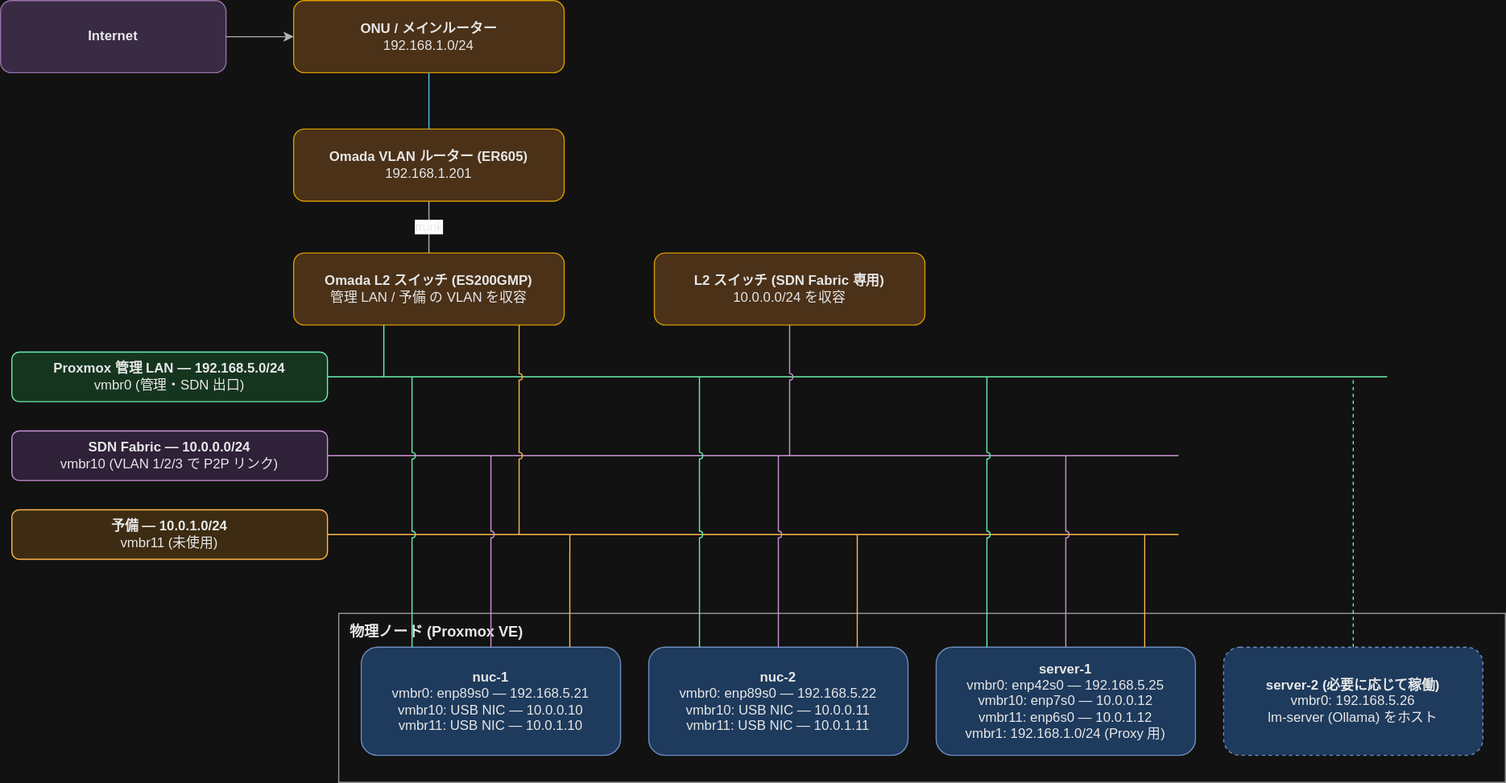
Above: docs/architecture-physical.drawio.svg in k-wa-wa/nuage-cluster (draw.io), before the change. Source tidied: cells renumbered, new cells last; positions are measured from the earlier drawing's top-left corner, leaving out a move shared by most shapes.
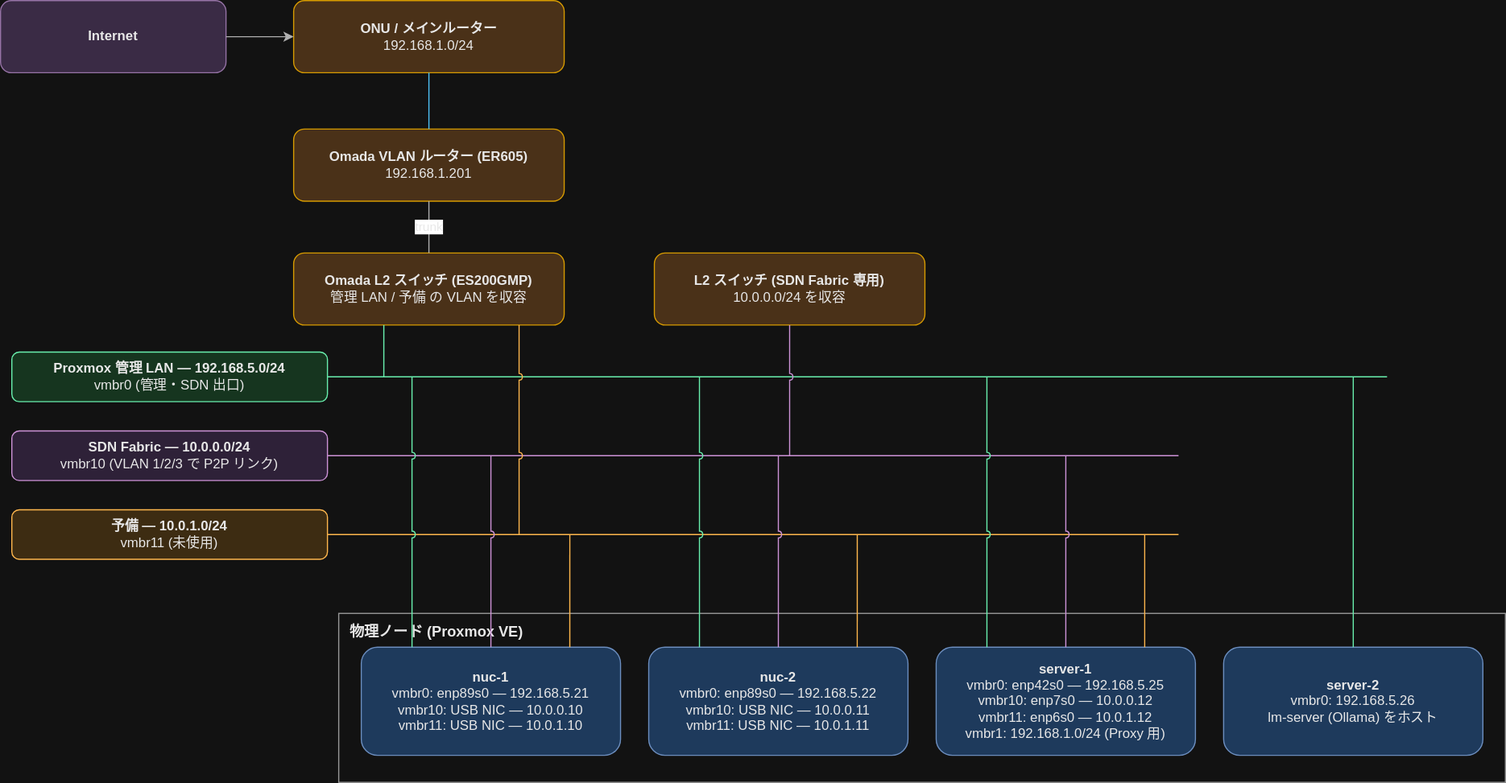
Above is the later version.

Commit message:
docs: server-2を常時稼働に変更した旨更新

Change to the diagram source:
```diff
@@ -38,7 +38,7 @@
     <mxCell id="13" value="&lt;b&gt;server-1&lt;/b&gt;&lt;br&gt;vmbr0: enp42s0 — 192.168.5.25&lt;br&gt;vmbr10: enp7s0 — 10.0.0.12&lt;br&gt;vmbr11: enp6s0 — 10.0.1.12&lt;br&gt;vmbr1: 192.168.1.0/24 (Proxy 用)" style="rounded=1;whiteSpace=wrap;html=1;fontSize=12;fillColor=#1e3a5c;strokeColor=#6c8ebf;fontColor=#e8e8e8;" parent="1" vertex="1">
       <mxGeometry x="830" y="574" width="230" height="96" as="geometry" />
     </mxCell>
-    <mxCell id="14" value="&lt;b&gt;server-2 (必要に応じて稼働)&lt;/b&gt;&lt;br&gt;vmbr0: 192.168.5.26&lt;br&gt;lm-server (Ollama) をホスト" style="rounded=1;whiteSpace=wrap;html=1;fontSize=12;fillColor=#1e3a5c;strokeColor=#6c8ebf;fontColor=#e8e8e8;dashed=1;" parent="1" vertex="1">
+    <mxCell id="14" value="&lt;b&gt;server-2&lt;/b&gt;&lt;br&gt;vmbr0: 192.168.5.26&lt;br&gt;lm-server (Ollama) をホスト" style="rounded=1;whiteSpace=wrap;html=1;fontSize=12;fillColor=#1e3a5c;strokeColor=#6c8ebf;fontColor=#e8e8e8;" parent="1" vertex="1">
       <mxGeometry x="1085" y="574" width="230" height="96" as="geometry" />
     </mxCell>
     <mxCell id="15" style="edgeStyle=orthogonalEdgeStyle;rounded=0;html=1;fontSize=11;jumpStyle=arc;jumpSize=6;strokeColor=#69F0AE;fontColor=#e8e8e8;endArrow=none;" parent="1" edge="1">
@@ -128,7 +128,7 @@
         <mxPoint x="1015" y="474" as="targetPoint" />
       </mxGeometry>
     </mxCell>
-    <mxCell id="33" style="edgeStyle=orthogonalEdgeStyle;rounded=0;html=1;fontSize=11;jumpStyle=arc;jumpSize=6;strokeColor=#69F0AE;fontColor=#e8e8e8;exitX=0.5;exitY=0;exitDx=0;exitDy=0;endArrow=none;dashed=1;" parent="1" edge="1" source="14">
+    <mxCell id="33" style="edgeStyle=orthogonalEdgeStyle;rounded=0;html=1;fontSize=11;jumpStyle=arc;jumpSize=6;strokeColor=#69F0AE;fontColor=#e8e8e8;exitX=0.5;exitY=0;exitDx=0;exitDy=0;endArrow=none;" parent="1" edge="1" source="14">
       <mxGeometry relative="1" as="geometry">
         <mxPoint x="1200" y="334" as="targetPoint" />
       </mxGeometry>
```
